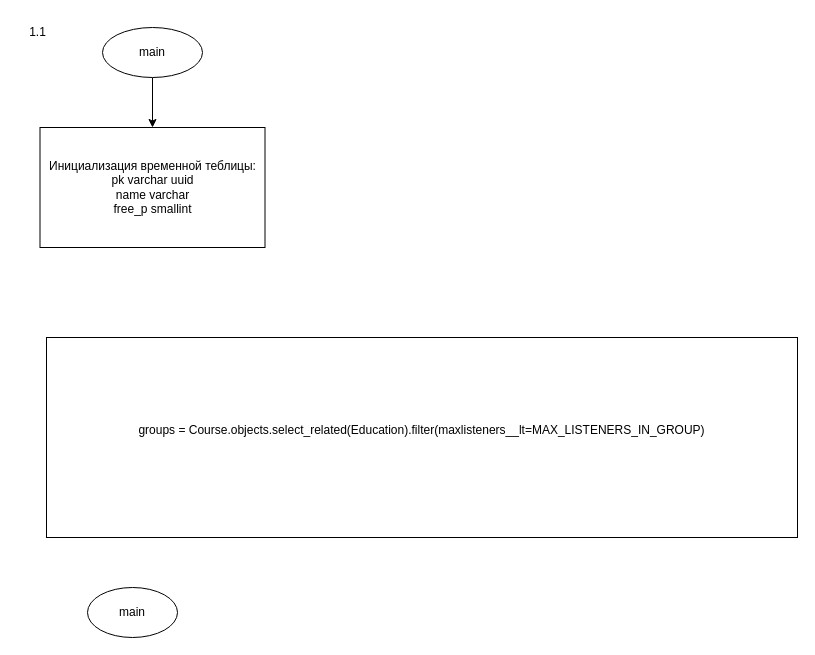
The draw.io diagram page "Страница — 1" (1 of 2) of doc/er-1_1.drawio in filthps/edu, before the edit. Source tidied: cells renumbered, new cells numbered last; positions are measured from the earlier drawing's top-left corner, leaving out a move shared by most shapes. Both pictures are drawn from the tidied source at 100%, with x=0, y=0 at pixel (17, 17).
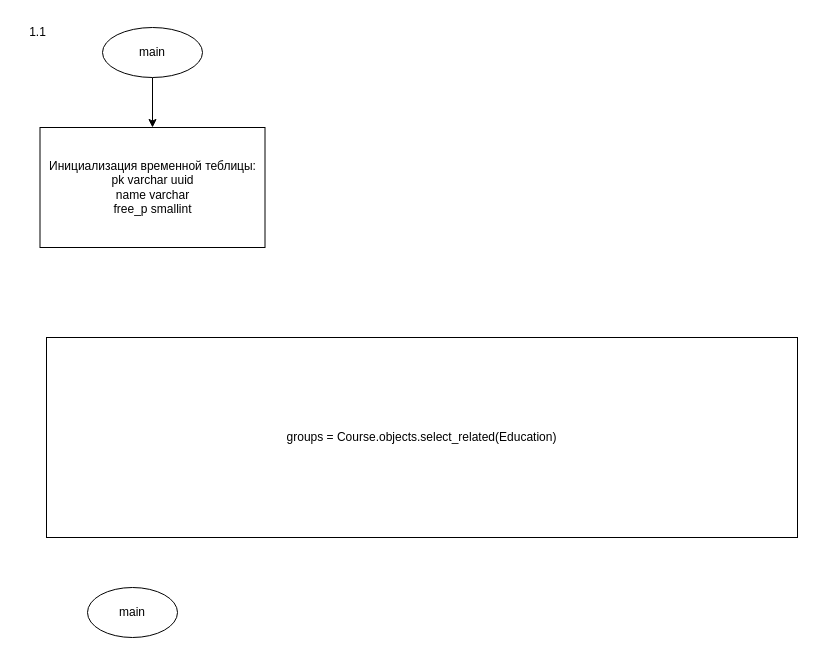
The same page after the edit.

The edit, as a diff of the source:
```diff
@@
 <mxGraphModel>
   <root>
     <mxCell id="0" />
     <mxCell id="1" parent="0" />
     <mxCell id="2" value="1.1" style="text;html=1;align=center;verticalAlign=middle;strokeColor=none;fillColor=none;" parent="1" vertex="1">
       <mxGeometry width="40" height="30" as="geometry" />
     </mxCell>
     <mxCell id="3" style="edgeStyle=orthogonalEdgeStyle;rounded=0;jettySize=auto;html=1;exitX=0.5;exitY=1;exitDx=0;exitDy=0;entryX=0.5;entryY=0;entryDx=0;entryDy=0;" parent="1" edge="1" source="4" target="6">
       <mxGeometry relative="1" as="geometry" />
     </mxCell>
     <mxCell id="4" value="main" style="ellipse;whiteSpace=wrap;html=1;" parent="1" vertex="1">
       <mxGeometry x="85" y="10" width="100" height="50" as="geometry" />
     </mxCell>
     <mxCell id="5" value="main" style="ellipse;whiteSpace=wrap;html=1;" parent="1" vertex="1">
       <mxGeometry x="70" y="570" width="90" height="50" as="geometry" />
     </mxCell>
     <mxCell id="6" value="Инициализация временной теблицы:&lt;br&gt;pk varchar uuid&lt;br&gt;name varchar&lt;br&gt;free_p smallint" style="rounded=0;whiteSpace=wrap;html=1;" parent="1" vertex="1">
       <mxGeometry x="22.5" y="110" width="225" height="120" as="geometry" />
     </mxCell>
-    <mxCell id="7" value="groups = Course.objects.select_related(Education).filter(maxlisteners__lt=MAX_LISTENERS_IN_GROUP)&lt;br&gt;&lt;br&gt;" style="rounded=0;whiteSpace=wrap;html=1;" parent="1" vertex="1">
+    <mxCell id="7" value="groups = Course.objects.select_related(Education)" style="rounded=0;whiteSpace=wrap;html=1;" parent="1" vertex="1">
       <mxGeometry x="29" y="320" width="751" height="200" as="geometry" />
     </mxCell>
   </root>
 </mxGraphModel>
```
